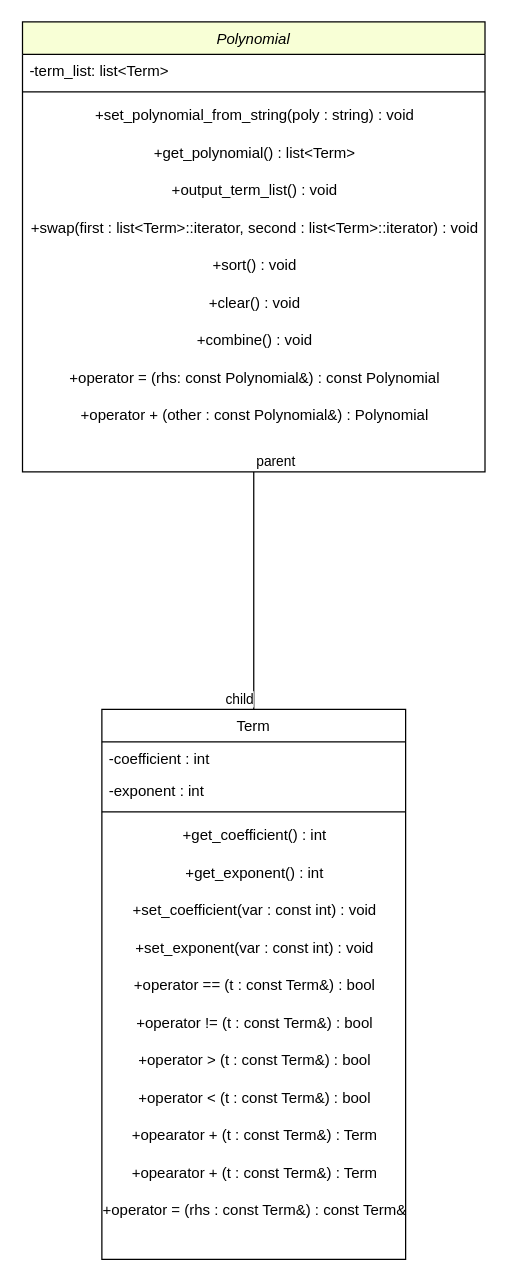
Earlier version of the draw.io diagram Copy_Project_1b_UML_Diagram.drawio (ev248274/Team-Project-1). Source tidied: cells renumbered, new cells numbered last; positions are measured from the earlier drawing's top-left corner, leaving out a move shared by most shapes. Both pictures are drawn from the tidied source at 125%, with x=0, y=0 at pixel (22, 21).
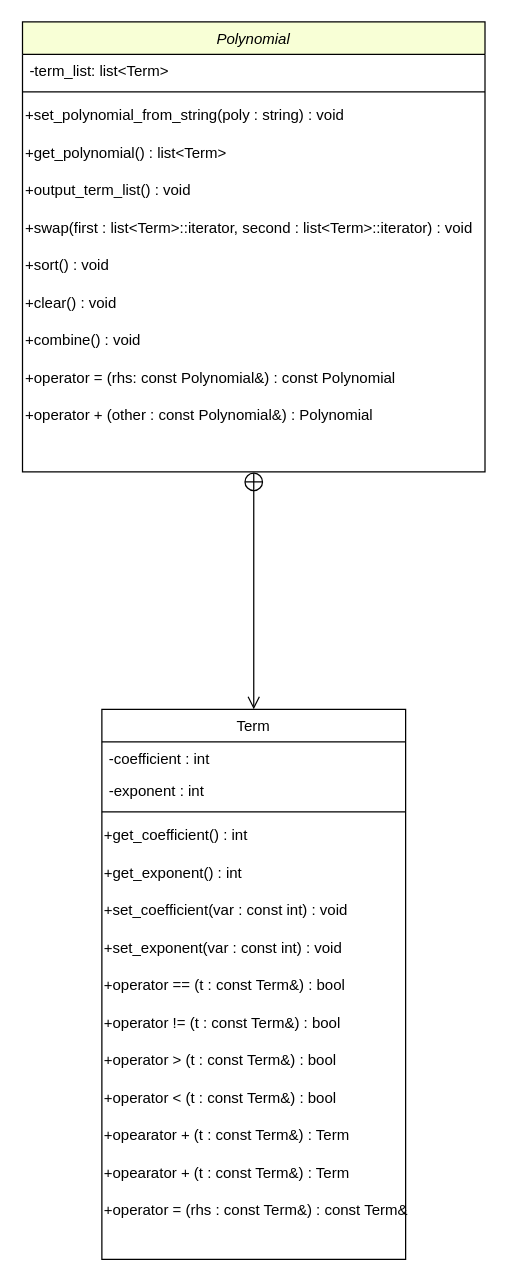
The same page after the edit.

Commit message:
Updated the UML Diagram

Fixed a formatting problem and a connection between classes.

The change refers to these unchanged cells:
```xml
<mxCell id="2" value="Polynomial" style="swimlane;fontStyle=2;align=center;verticalAlign=top;horizontal=1;startSize=26;rounded=0;shadow=0;strokeWidth=1;fillColor=#F8FFD6;strokeColor=#000000;" parent="1" vertex="1">
  <mxGeometry x="-0.5" width="370" height="360" as="geometry" />
</mxCell>
<mxCell id="14" value="Term" style="swimlane;fontStyle=0;align=center;verticalAlign=top;horizontal=1;startSize=26;rounded=0;shadow=0;strokeWidth=1;strokeColor=#000000;" parent="1" vertex="1">
  <mxGeometry x="63" y="550" width="243" height="440" as="geometry" />
</mxCell>
```

Change to the diagram source:
```diff
@@
-    <mxCell id="5" value="+set_polynomial_from_string(poly : string) : void" style="text;html=1;align=center;verticalAlign=middle;strokeColor=none;fillColor=none;" parent="2" vertex="1">
+    <mxCell id="5" value="+set_polynomial_from_string(poly : string) : void" style="text;html=1;align=left;verticalAlign=middle;strokeColor=none;fillColor=none;" parent="2" vertex="1">
       <mxGeometry y="60" width="370" height="30" as="geometry" />
     </mxCell>
-    <mxCell id="6" value="+get_polynomial() : list&amp;lt;Term&amp;gt;" style="text;html=1;align=center;verticalAlign=middle;strokeColor=none;fillColor=none;" parent="2" vertex="1">
+    <mxCell id="6" value="+get_polynomial() : list&amp;lt;Term&amp;gt;" style="text;html=1;align=left;verticalAlign=middle;strokeColor=none;fillColor=none;" parent="2" vertex="1">
       <mxGeometry y="90" width="370" height="30" as="geometry" />
     </mxCell>
-    <mxCell id="7" value="+output_term_list() : void" style="text;html=1;align=center;verticalAlign=middle;strokeColor=none;fillColor=none;" parent="2" vertex="1">
+    <mxCell id="7" value="+output_term_list() : void" style="text;html=1;align=left;verticalAlign=middle;strokeColor=none;fillColor=none;" parent="2" vertex="1">
       <mxGeometry y="120" width="370" height="30" as="geometry" />
     </mxCell>
-    <mxCell id="8" value="+swap(first : list&amp;lt;Term&amp;gt;::iterator, second : list&amp;lt;Term&amp;gt;::iterator) : void" style="text;html=1;align=center;verticalAlign=middle;strokeColor=none;fillColor=none;" parent="2" vertex="1">
+    <mxCell id="8" value="+swap(first : list&amp;lt;Term&amp;gt;::iterator, second : list&amp;lt;Term&amp;gt;::iterator) : void" style="text;html=1;align=left;verticalAlign=middle;strokeColor=none;fillColor=none;" parent="2" vertex="1">
       <mxGeometry y="150" width="370" height="30" as="geometry" />
     </mxCell>
-    <mxCell id="9" value="+sort() : void" style="text;html=1;align=center;verticalAlign=middle;strokeColor=none;fillColor=none;" parent="2" vertex="1">
+    <mxCell id="9" value="+sort() : void" style="text;html=1;align=left;verticalAlign=middle;strokeColor=none;fillColor=none;" parent="2" vertex="1">
       <mxGeometry y="180" width="370" height="30" as="geometry" />
     </mxCell>
-    <mxCell id="10" value="+clear() : void" style="text;html=1;align=center;verticalAlign=middle;strokeColor=none;fillColor=none;" parent="2" vertex="1">
+    <mxCell id="10" value="+clear() : void" style="text;html=1;align=left;verticalAlign=middle;strokeColor=none;fillColor=none;" parent="2" vertex="1">
       <mxGeometry y="210" width="370" height="30" as="geometry" />
     </mxCell>
-    <mxCell id="11" value="+combine() : void" style="text;html=1;align=center;verticalAlign=middle;strokeColor=none;fillColor=none;" parent="2" vertex="1">
+    <mxCell id="11" value="+combine() : void" style="text;html=1;align=left;verticalAlign=middle;strokeColor=none;fillColor=none;" parent="2" vertex="1">
       <mxGeometry y="240" width="370" height="30" as="geometry" />
     </mxCell>
-    <mxCell id="12" value="+operator = (rhs: const Polynomial&amp;amp;) : const Polynomial" style="text;html=1;align=center;verticalAlign=middle;strokeColor=none;fillColor=none;" parent="2" vertex="1">
+    <mxCell id="12" value="+operator = (rhs: const Polynomial&amp;amp;) : const Polynomial" style="text;html=1;align=left;verticalAlign=middle;strokeColor=none;fillColor=none;" parent="2" vertex="1">
       <mxGeometry y="270" width="370" height="30" as="geometry" />
     </mxCell>
-    <mxCell id="13" value="+operator + (other : const Polynomial&amp;amp;) : Polynomial" style="text;html=1;align=center;verticalAlign=middle;strokeColor=none;fillColor=none;" parent="2" vertex="1">
+    <mxCell id="13" value="+operator + (other : const Polynomial&amp;amp;) : Polynomial" style="text;html=1;align=left;verticalAlign=middle;strokeColor=none;fillColor=none;" parent="2" vertex="1">
       <mxGeometry y="300" width="370" height="30" as="geometry" />
     </mxCell>
@@
-    <mxCell id="18" value="+get_coefficient() : int" style="text;html=1;align=center;verticalAlign=middle;strokeColor=none;fillColor=none;" parent="14" vertex="1">
+    <mxCell id="18" value="+get_coefficient() : int" style="text;html=1;align=left;verticalAlign=middle;strokeColor=none;fillColor=none;" parent="14" vertex="1">
       <mxGeometry y="86" width="243" height="30" as="geometry" />
     </mxCell>
-    <mxCell id="19" value="+get_exponent() : int" style="text;html=1;align=center;verticalAlign=middle;strokeColor=none;fillColor=none;" parent="14" vertex="1">
+    <mxCell id="19" value="+get_exponent() : int" style="text;html=1;align=left;verticalAlign=middle;strokeColor=none;fillColor=none;" parent="14" vertex="1">
       <mxGeometry y="116" width="243" height="30" as="geometry" />
     </mxCell>
-    <mxCell id="20" value="+set_coefficient(var : const int) : void" style="text;html=1;align=center;verticalAlign=middle;strokeColor=none;fillColor=none;" parent="14" vertex="1">
+    <mxCell id="20" value="+set_coefficient(var : const int) : void" style="text;html=1;align=left;verticalAlign=middle;strokeColor=none;fillColor=none;" parent="14" vertex="1">
       <mxGeometry y="146" width="243" height="30" as="geometry" />
     </mxCell>
-    <mxCell id="21" value="+set_exponent(var : const int) : void" style="text;html=1;align=center;verticalAlign=middle;strokeColor=none;fillColor=none;" parent="14" vertex="1">
+    <mxCell id="21" value="+set_exponent(var : const int) : void" style="text;html=1;align=left;verticalAlign=middle;strokeColor=none;fillColor=none;" parent="14" vertex="1">
       <mxGeometry y="176" width="243" height="30" as="geometry" />
     </mxCell>
-    <mxCell id="22" value="+operator == (t : const Term&amp;amp;) : bool" style="text;html=1;align=center;verticalAlign=middle;strokeColor=none;fillColor=none;" parent="14" vertex="1">
+    <mxCell id="22" value="+operator == (t : const Term&amp;amp;) : bool" style="text;html=1;align=left;verticalAlign=middle;strokeColor=none;fillColor=none;" parent="14" vertex="1">
       <mxGeometry y="206" width="243" height="30" as="geometry" />
     </mxCell>
-    <mxCell id="23" value="+operator != (t : const Term&amp;amp;) : bool" style="text;html=1;align=center;verticalAlign=middle;strokeColor=none;fillColor=none;" parent="14" vertex="1">
+    <mxCell id="23" value="+operator != (t : const Term&amp;amp;) : bool" style="text;html=1;align=left;verticalAlign=middle;strokeColor=none;fillColor=none;" parent="14" vertex="1">
       <mxGeometry y="236" width="243" height="30" as="geometry" />
     </mxCell>
-    <mxCell id="24" value="+operator &amp;gt; (t : const Term&amp;amp;) : bool" style="text;html=1;align=center;verticalAlign=middle;strokeColor=none;fillColor=none;" parent="14" vertex="1">
+    <mxCell id="24" value="+operator &amp;gt; (t : const Term&amp;amp;) : bool" style="text;html=1;align=left;verticalAlign=middle;strokeColor=none;fillColor=none;" parent="14" vertex="1">
       <mxGeometry y="266" width="243" height="30" as="geometry" />
     </mxCell>
-    <mxCell id="25" value="+operator &amp;lt; (t : const Term&amp;amp;) : bool" style="text;html=1;align=center;verticalAlign=middle;strokeColor=none;fillColor=none;" parent="14" vertex="1">
+    <mxCell id="25" value="+operator &amp;lt; (t : const Term&amp;amp;) : bool" style="text;html=1;align=left;verticalAlign=middle;strokeColor=none;fillColor=none;" parent="14" vertex="1">
       <mxGeometry y="296" width="243" height="30" as="geometry" />
     </mxCell>
-    <mxCell id="26" value="+opearator + (t : const Term&amp;amp;) : Term" style="text;html=1;align=center;verticalAlign=middle;strokeColor=none;fillColor=none;" parent="14" vertex="1">
+    <mxCell id="26" value="+opearator + (t : const Term&amp;amp;) : Term" style="text;html=1;align=left;verticalAlign=middle;strokeColor=none;fillColor=none;" parent="14" vertex="1">
       <mxGeometry y="326" width="243" height="30" as="geometry" />
     </mxCell>
-    <mxCell id="27" value="+opearator + (t : const Term&amp;amp;) : Term" style="text;html=1;align=center;verticalAlign=middle;strokeColor=none;fillColor=none;" parent="14" vertex="1">
+    <mxCell id="27" value="+opearator + (t : const Term&amp;amp;) : Term" style="text;html=1;align=left;verticalAlign=middle;strokeColor=none;fillColor=none;" parent="14" vertex="1">
       <mxGeometry y="356" width="243" height="30" as="geometry" />
     </mxCell>
-    <mxCell id="28" value="+operator = (rhs : const Term&amp;amp;) : const Term&amp;amp;" style="text;html=1;align=center;verticalAlign=middle;strokeColor=none;fillColor=none;" parent="14" vertex="1">
+    <mxCell id="28" value="+operator = (rhs : const Term&amp;amp;) : const Term&amp;amp;" style="text;html=1;align=left;verticalAlign=middle;strokeColor=none;fillColor=none;" parent="14" vertex="1">
       <mxGeometry y="386" width="243" height="30" as="geometry" />
     </mxCell>
-    <mxCell id="29" style="endArrow=none;html=1;edgeStyle=orthogonalEdgeStyle;rounded=0;entryX=0.5;entryY=0;entryDx=0;entryDy=0;exitX=0.5;exitY=1;exitDx=0;exitDy=0;" parent="1" edge="1" source="2" target="14">
+    <mxCell id="29" style="endArrow=open;startArrow=circlePlus;endFill=0;startFill=0;endSize=8;html=1;rounded=0;entryX=0.5;entryY=0;entryDx=0;entryDy=0;exitX=0.5;exitY=1;exitDx=0;exitDy=0;" parent="1" edge="1" source="2" target="14">
       <mxGeometry relative="1" as="geometry" />
     </mxCell>
-    <mxCell id="30" value="parent" style="edgeLabel;html=1;align=left;verticalAlign=bottom;" parent="29" vertex="1">
-      <mxGeometry x="-1" relative="1" as="geometry" />
-    </mxCell>
-    <mxCell id="31" value="child" style="edgeLabel;html=1;align=right;verticalAlign=bottom;" parent="29" vertex="1">
-      <mxGeometry x="1" relative="1" as="geometry" />
-    </mxCell>
```
